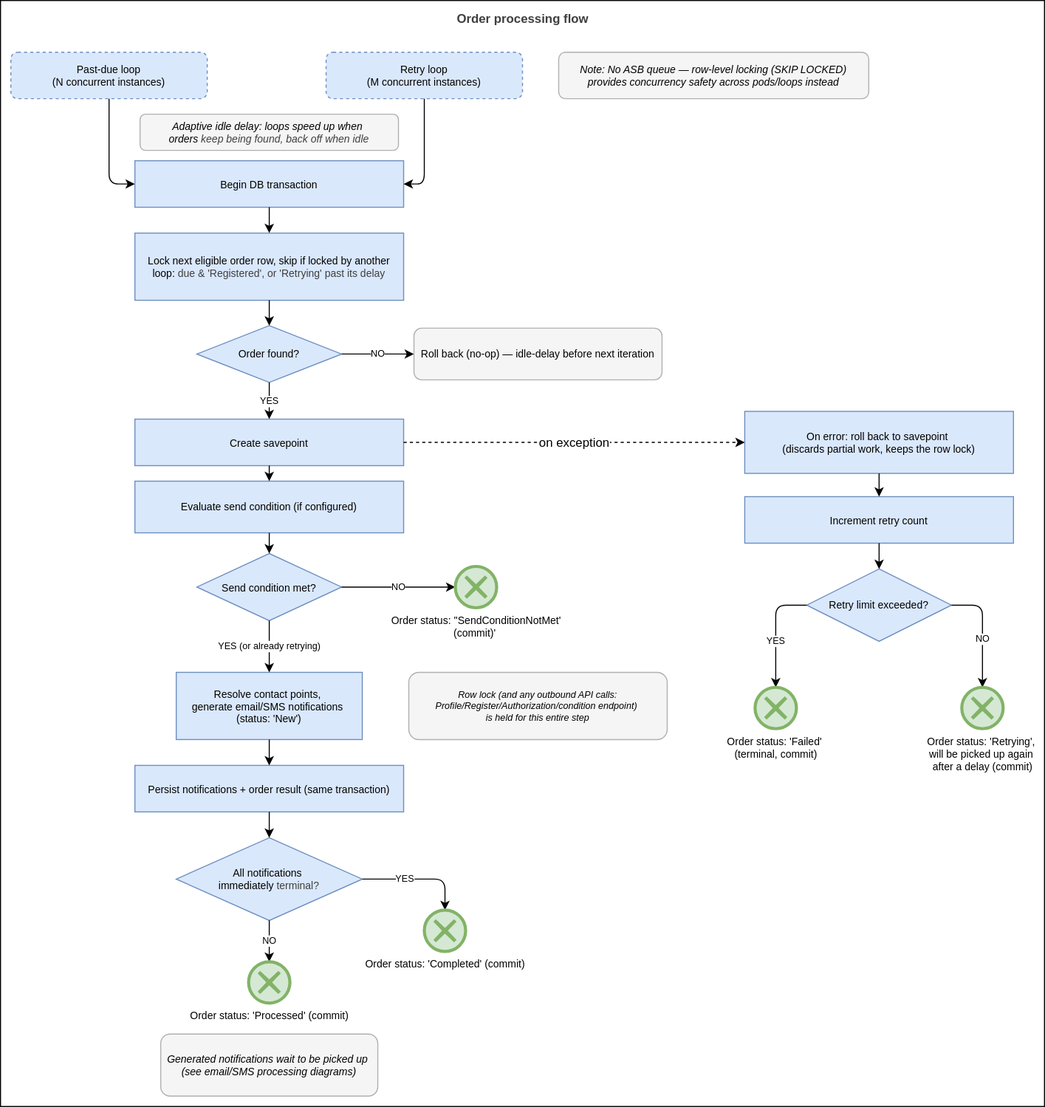
The draw.io diagram docs/architecture/diagrams/flowchart-order-process.svg in Altinn/altinn-notifications, before a commit. Source tidied: cells renumbered, new cells last; positions are measured from the earlier drawing's top-left corner, leaving out a move shared by most shapes.
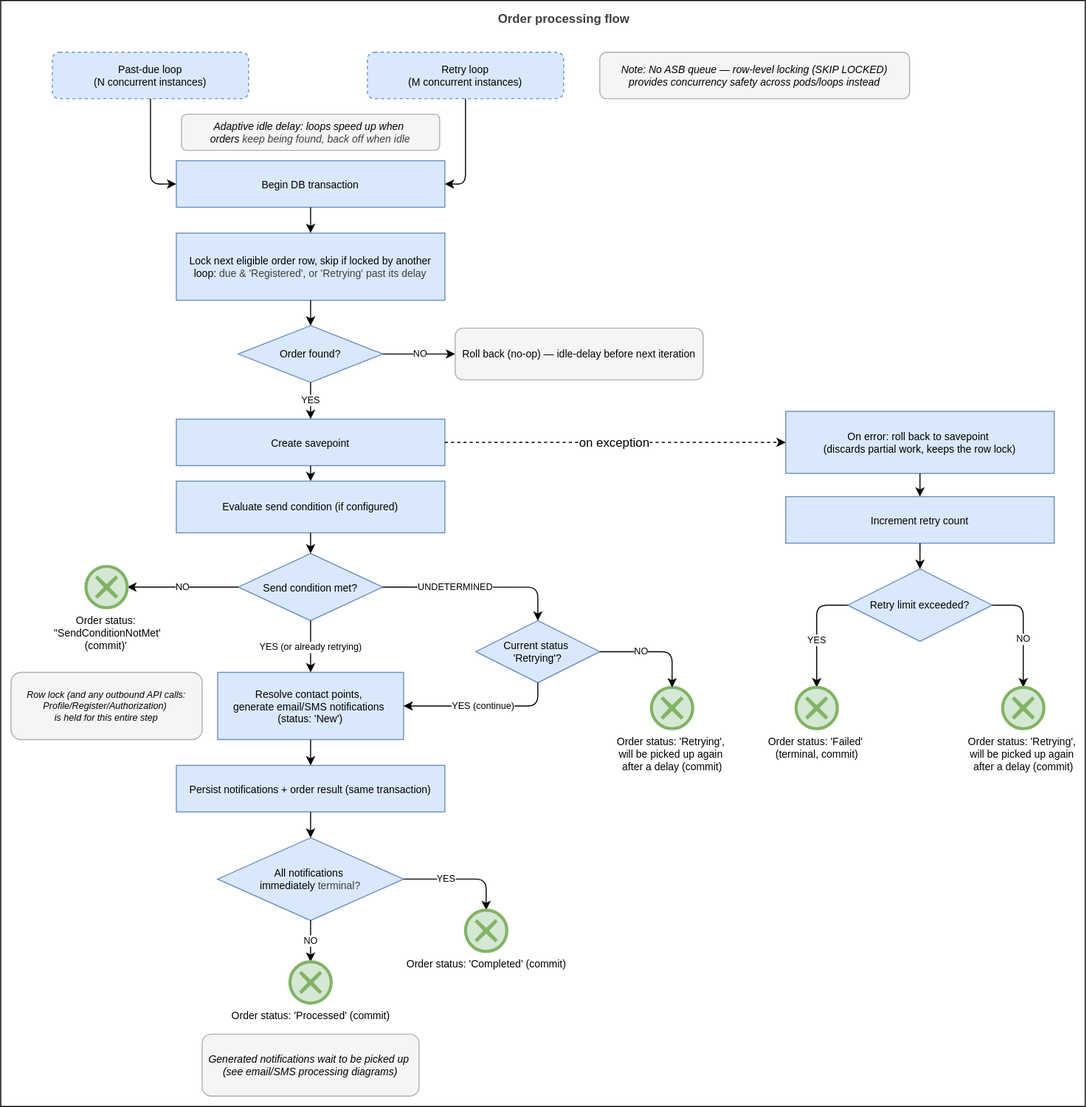
After the commit.

Commit message:
Include undetermined condition case in processing flow

What changed in the source:
```diff
@@ -3,7 +3,7 @@
     <mxCell id="0" />
     <mxCell id="1" parent="0" />
     <mxCell id="2" style="rounded=0;whiteSpace=wrap;html=1;" parent="1" vertex="1">
-      <mxGeometry width="1010" height="1070" as="geometry" />
+      <mxGeometry x="-40" width="1050" height="1070" as="geometry" />
     </mxCell>
     <mxCell id="3" value="&lt;span style=&quot;color: rgb(63, 63, 63);&quot;&gt;Order processing flow&lt;/span&gt;" style="text;html=1;align=center;verticalAlign=middle;strokeColor=none;fillColor=none;fontSize=12;fontStyle=1;" parent="1" vertex="1">
       <mxGeometry y="5" width="1010" height="25" as="geometry" />
@@ -69,7 +69,7 @@
     <mxCell id="22" style="edgeStyle=orthogonalEdgeStyle;html=1;" parent="1" edge="1" source="19" target="21">
       <mxGeometry relative="1" as="geometry" />
     </mxCell>
-    <mxCell id="23" value="NO" style="edgeStyle=orthogonalEdgeStyle;html=1;exitX=1;exitY=0.5;exitDx=0;exitDy=0;entryX=0;entryY=0.5;entryDx=0;entryDy=0;fontSize=9;entryPerimeter=0;" parent="1" edge="1" source="21" target="46">
+    <mxCell id="23" value="NO" style="edgeStyle=orthogonalEdgeStyle;html=1;exitX=0;exitY=0.5;exitDx=0;exitDy=0;entryX=1;entryY=0.5;entryDx=0;entryDy=0;fontSize=9;entryPerimeter=0;" parent="1" edge="1" source="21" target="46">
       <mxGeometry relative="1" as="geometry" />
     </mxCell>
     <mxCell id="24" value="Resolve contact points,&amp;nbsp;&lt;div&gt;generate email/SMS notifications&amp;nbsp;&lt;/div&gt;&lt;div&gt;(status: 'New')&lt;/div&gt;" style="rounded=0;whiteSpace=wrap;html=1;fillColor=#dae8fc;strokeColor=#6c8ebf;fontSize=10;" parent="1" vertex="1">
@@ -78,8 +78,8 @@
     <mxCell id="25" value="YES (or already retrying)" style="edgeStyle=orthogonalEdgeStyle;html=1;exitX=0.5;exitY=1;exitDx=0;exitDy=0;entryX=0.5;entryY=0;entryDx=0;entryDy=0;fontSize=9;" parent="1" edge="1" source="21" target="24">
       <mxGeometry relative="1" as="geometry" />
     </mxCell>
-    <mxCell id="26" value="Row lock (and any outbound API calls: Profile/Register/Authorization/condition endpoint)&amp;nbsp;&lt;div&gt;is held for this entire step&lt;/div&gt;" style="rounded=1;whiteSpace=wrap;html=1;fillColor=#f5f5f5;strokeColor=#b0b0b0;fontSize=9;fontStyle=2;" parent="1" vertex="1">
-      <mxGeometry x="395" y="650" width="250" height="65" as="geometry" />
+    <mxCell id="26" value="Row lock (and any outbound API calls: Profile/Register/Authorization)&amp;nbsp;&lt;div&gt;is held for this entire step&lt;/div&gt;" style="rounded=1;whiteSpace=wrap;html=1;fillColor=#f5f5f5;strokeColor=#b0b0b0;fontSize=9;fontStyle=2;" parent="1" vertex="1">
+      <mxGeometry x="-30" y="650" width="185" height="65" as="geometry" />
     </mxCell>
     <mxCell id="27" value="Persist notifications + order result (same transaction)" style="rounded=0;whiteSpace=wrap;html=1;fillColor=#dae8fc;strokeColor=#6c8ebf;fontSize=10;" parent="1" vertex="1">
       <mxGeometry x="130" y="740" width="260" height="45" as="geometry" />
@@ -138,8 +138,32 @@
     <mxCell id="45" value="&lt;font&gt;Order status: 'Retrying',&amp;nbsp;&lt;/font&gt;&lt;div&gt;&lt;font&gt;will be picked up again&amp;nbsp;&lt;/font&gt;&lt;/div&gt;&lt;div&gt;&lt;font&gt;after a delay (commit)&lt;/font&gt;&lt;/div&gt;" style="points=[[0.145,0.145,0],[0.5,0,0],[0.855,0.145,0],[1,0.5,0],[0.855,0.855,0],[0.5,1,0],[0.145,0.855,0],[0,0.5,0]];shape=mxgraph.bpmn.event;html=1;verticalLabelPosition=bottom;labelBackgroundColor=#ffffff;verticalAlign=top;align=center;perimeter=ellipsePerimeter;outlineConnect=0;outline=end;symbol=cancel;fillColor=#d5e8d4;strokeColor=#82b366;fontSize=10;" parent="1" vertex="1">
       <mxGeometry x="930" y="664.5" width="40" height="40" as="geometry" />
     </mxCell>
-    <mxCell id="46" value="&lt;font&gt;Order status: '&lt;span style=&quot;color: rgb(0, 0, 0); white-space: normal;&quot;&gt;'SendConditionNotMet' &lt;br&gt;(commit)&lt;/span&gt;'&amp;nbsp;&lt;/font&gt;" style="points=[[0.145,0.145,0],[0.5,0,0],[0.855,0.145,0],[1,0.5,0],[0.855,0.855,0],[0.5,1,0],[0.145,0.855,0],[0,0.5,0]];shape=mxgraph.bpmn.event;html=1;verticalLabelPosition=bottom;labelBackgroundColor=#ffffff;verticalAlign=top;align=center;perimeter=ellipsePerimeter;outlineConnect=0;outline=end;symbol=cancel;fillColor=#d5e8d4;strokeColor=#82b366;fontSize=10;" parent="1" vertex="1">
-      <mxGeometry x="440" y="547.5" width="40" height="40" as="geometry" />
+    <mxCell id="46" value="&lt;font&gt;Order status:&amp;nbsp;&lt;/font&gt;&lt;div&gt;&lt;font&gt;'&lt;span style=&quot;color: rgb(0, 0, 0); white-space: normal;&quot;&gt;'SendConditionNotMet'&lt;/span&gt;&lt;/font&gt;&lt;/div&gt;&lt;div&gt;&lt;font&gt;&lt;span style=&quot;color: rgb(0, 0, 0); white-space: normal;&quot;&gt;(commit)&lt;/span&gt;'&amp;nbsp;&lt;/font&gt;&lt;/div&gt;" style="points=[[0.145,0.145,0],[0.5,0,0],[0.855,0.145,0],[1,0.5,0],[0.855,0.855,0],[0.5,1,0],[0.145,0.855,0],[0,0.5,0]];shape=mxgraph.bpmn.event;html=1;verticalLabelPosition=bottom;labelBackgroundColor=#ffffff;verticalAlign=top;align=center;perimeter=ellipsePerimeter;outlineConnect=0;outline=end;symbol=cancel;fillColor=#d5e8d4;strokeColor=#82b366;fontSize=10;" parent="1" vertex="1">
+      <mxGeometry x="42.5" y="547.5" width="40" height="40" as="geometry" />
     </mxCell>
+    <mxCell id="47" value="UNDETERMINED" style="edgeStyle=orthogonalEdgeStyle;html=1;exitX=1;exitY=0.5;exitDx=0;exitDy=0;fontSize=9;entryX=0.5;entryY=0;entryDx=0;entryDy=0;" parent="1" edge="1" source="21" target="49">
+      <mxGeometry x="-0.23" relative="1" as="geometry">
+        <Array as="points">
+          <mxPoint x="480" y="568" />
+        </Array>
+      </mxGeometry>
+    </mxCell>
+    <mxCell id="48" value="&lt;font&gt;Order status: 'Retrying',&amp;nbsp;&lt;/font&gt;&lt;div&gt;&lt;font&gt;will be picked up again&amp;nbsp;&lt;/font&gt;&lt;/div&gt;&lt;div&gt;&lt;font&gt;after a delay (commit)&lt;/font&gt;&lt;/div&gt;" style="points=[[0.145,0.145,0],[0.5,0,0],[0.855,0.145,0],[1,0.5,0],[0.855,0.855,0],[0.5,1,0],[0.145,0.855,0],[0,0.5,0]];shape=mxgraph.bpmn.event;html=1;verticalLabelPosition=bottom;labelBackgroundColor=#ffffff;verticalAlign=top;align=center;perimeter=ellipsePerimeter;outlineConnect=0;outline=end;symbol=cancel;fillColor=#d5e8d4;strokeColor=#82b366;fontSize=10;" parent="1" vertex="1">
+      <mxGeometry x="590" y="664.5" width="40" height="40" as="geometry" />
+    </mxCell>
+    <mxCell id="49" value="Current status&amp;nbsp;&lt;div&gt;'Retrying'?&lt;/div&gt;" style="rhombus;whiteSpace=wrap;html=1;fontSize=10;fillColor=#dae8fc;strokeColor=#6c8ebf;" parent="1" vertex="1">
+      <mxGeometry x="420" y="600" width="120" height="60" as="geometry" />
+    </mxCell>
+    <mxCell id="50" value="NO" style="edgeStyle=orthogonalEdgeStyle;html=1;exitX=1;exitY=0.5;exitDx=0;exitDy=0;entryX=0.5;entryY=0;entryDx=0;entryDy=0;fontSize=9;entryPerimeter=0;" parent="1" edge="1" source="49" target="48">
+      <mxGeometry x="-0.23" relative="1" as="geometry">
+        <Array as="points">
+          <mxPoint x="610" y="630" />
+          <mxPoint x="610" y="665" />
+        </Array>
+      </mxGeometry>
+    </mxCell>
+    <mxCell id="51" value="YES (continue)" style="edgeStyle=orthogonalEdgeStyle;html=1;exitX=0.5;exitY=1;exitDx=0;exitDy=0;entryX=1;entryY=0.5;entryDx=0;entryDy=0;fontSize=9;" parent="1" edge="1" source="49" target="24">
+      <mxGeometry relative="1" as="geometry" />
+    </mxCell>
   </root>
 </mxGraphModel>
```
